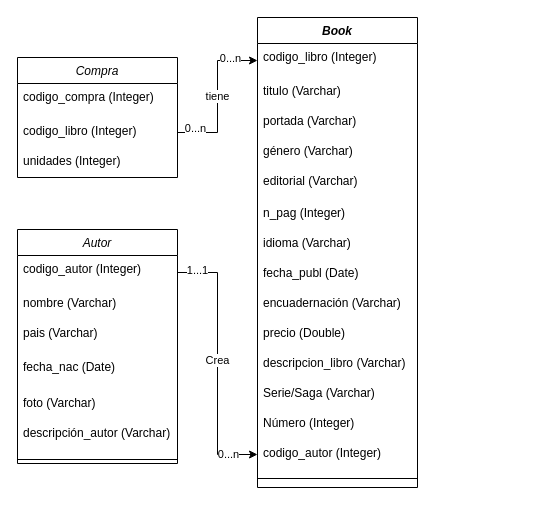
The draw.io diagram public/Diagrama entidad relación.drawio in MariD3v/Mari_BookStore, before the edit. Source tidied: cells renumbered, new cells numbered last; positions are measured from the earlier drawing's top-left corner, leaving out a move shared by most shapes. Both pictures are drawn from the tidied source at 100%, with x=0, y=0 at pixel (17, 17).
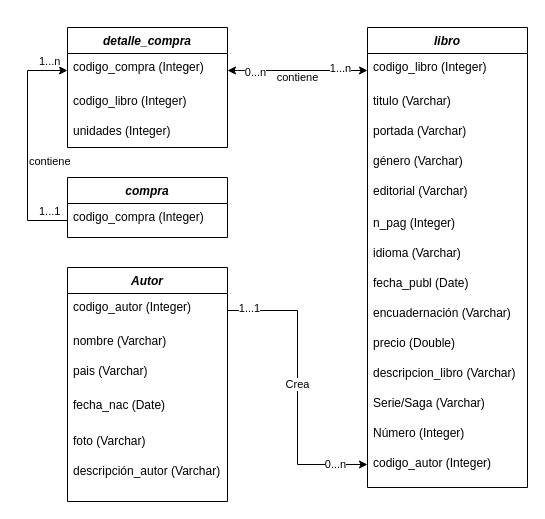
The same page after the edit.

Unchanged cells that the change refers to:
```xml
<mxCell id="11" value="codigo_libro (Integer)" style="text;align=left;verticalAlign=top;spacingLeft=4;spacingRight=4;overflow=hidden;points=[[0,0.5],[1,0.5]];portConstraint=eastwest;rounded=0;shadow=0;html=0;" parent="10" vertex="1">
  <mxGeometry y="26" width="160" height="34" as="geometry" />
</mxCell>
<mxCell id="31" value="codigo_compra (Integer)" style="text;align=left;verticalAlign=top;spacingLeft=4;spacingRight=4;overflow=hidden;points=[[0,0.5],[1,0.5]];portConstraint=eastwest;rounded=0;shadow=0;html=0;" parent="30" vertex="1">
  <mxGeometry y="26" width="160" height="34" as="geometry" />
</mxCell>
```

Change to the diagram source:
```diff
@@
-    <mxCell id="2" value="Autor" style="swimlane;fontStyle=2;align=center;verticalAlign=top;horizontal=1;startSize=26;rounded=0;shadow=0;strokeWidth=1;" parent="1" vertex="1">
-      <mxGeometry y="212" width="160" height="234" as="geometry" />
+    <mxCell id="2" value="Autor" style="swimlane;fontStyle=3;align=center;verticalAlign=top;horizontal=1;startSize=26;rounded=0;shadow=0;strokeWidth=1;" parent="1" vertex="1">
+      <mxGeometry x="50" y="250" width="160" height="234" as="geometry" />
     </mxCell>
@@
-    <mxCell id="9" style="line;html=1;strokeWidth=1;align=left;verticalAlign=middle;spacingTop=-1;spacingLeft=3;spacingRight=3;labelPosition=right;" parent="2" vertex="1">
-      <mxGeometry y="226" width="160" height="8" as="geometry" />
-    </mxCell>
-    <mxCell id="10" value="Book" style="swimlane;fontStyle=3;align=center;verticalAlign=top;horizontal=1;startSize=26;rounded=0;shadow=0;strokeWidth=1;" parent="1" vertex="1">
-      <mxGeometry x="240" width="160" height="470" as="geometry" />
+    <mxCell id="10" value="libro" style="swimlane;fontStyle=3;align=center;verticalAlign=top;horizontal=1;startSize=26;rounded=0;shadow=0;strokeWidth=1;" parent="1" vertex="1">
+      <mxGeometry x="350" y="10" width="160" height="460" as="geometry" />
     </mxCell>
@@
-    <mxCell id="25" style="line;html=1;strokeWidth=1;align=left;verticalAlign=middle;spacingTop=-1;spacingLeft=3;spacingRight=3;labelPosition=right;" parent="10" vertex="1">
-      <mxGeometry y="452" width="160" height="18" as="geometry" />
-    </mxCell>
@@
-    <mxCell id="30" value="Compra" style="swimlane;fontStyle=2;align=center;verticalAlign=top;horizontal=1;startSize=26;rounded=0;shadow=0;strokeWidth=1;" parent="1" vertex="1">
-      <mxGeometry y="40" width="160" height="120" as="geometry" />
+    <mxCell id="30" value="compra" style="swimlane;fontStyle=3;align=center;verticalAlign=top;horizontal=1;startSize=26;rounded=0;shadow=0;strokeWidth=1;" parent="1" vertex="1">
+      <mxGeometry x="50" y="160" width="160" height="60" as="geometry" />
     </mxCell>
@@
-    <mxCell id="32" value="codigo_libro (Integer)" style="text;align=left;verticalAlign=top;spacingLeft=4;spacingRight=4;overflow=hidden;points=[[0,0.5],[1,0.5]];portConstraint=eastwest;" parent="30" vertex="1">
-      <mxGeometry y="60" width="160" height="30" as="geometry" />
-    </mxCell>
-    <mxCell id="33" value="unidades (Integer)" style="text;align=left;verticalAlign=top;spacingLeft=4;spacingRight=4;overflow=hidden;" parent="30" vertex="1">
-      <mxGeometry y="90" width="160" height="30" as="geometry" />
-    </mxCell>
-    <mxCell id="34" value="tiene" style="edgeStyle=orthogonalEdgeStyle;rounded=0;jettySize=auto;html=1;entryX=0;entryY=0.5;entryDx=0;entryDy=0;" parent="1" edge="1" source="32" target="11">
-      <mxGeometry relative="1" as="geometry" />
+    <mxCell id="34" value="contiene" style="edgeStyle=orthogonalEdgeStyle;rounded=0;jettySize=auto;html=1;entryX=0;entryY=0.5;entryDx=0;entryDy=0;" parent="1" edge="1" target="11">
+      <mxGeometry x="-0.08" y="-7" relative="1" as="geometry">
+        <mxPoint x="220" y="53" as="sourcePoint" />
+        <Array as="points">
+          <mxPoint x="230" y="53" />
+        </Array>
+      </mxGeometry>
     </mxCell>
-    <mxCell id="35" value="0...n" style="edgeLabel;html=1;align=center;verticalAlign=middle;" parent="1" vertex="1">
-      <mxGeometry x="220" y="220" as="geometry">
+    <mxCell id="35" value="1...n" style="edgeLabel;html=1;align=center;verticalAlign=middle;" parent="1" vertex="1">
+      <mxGeometry x="330" y="230" as="geometry">
         <mxPoint x="-8" y="-180" as="offset" />
       </mxGeometry>
     </mxCell>
     <mxCell id="36" value="0...n" style="edgeLabel;html=1;align=center;verticalAlign=middle;" parent="1" vertex="1">
-      <mxGeometry x="220" y="446" as="geometry">
+      <mxGeometry x="280" y="390" as="geometry">
         <mxPoint x="-43" y="-336" as="offset" />
       </mxGeometry>
     </mxCell>
+    <mxCell id="37" value="detalle_compra" style="swimlane;fontStyle=3;align=center;verticalAlign=top;horizontal=1;startSize=26;rounded=0;shadow=0;strokeWidth=1;" parent="1" vertex="1">
+      <mxGeometry x="50" y="10" width="160" height="120" as="geometry" />
+    </mxCell>
+    <mxCell id="38" value="codigo_compra (Integer)" style="text;align=left;verticalAlign=top;spacingLeft=4;spacingRight=4;overflow=hidden;points=[[0,0.5],[1,0.5]];portConstraint=eastwest;rounded=0;shadow=0;html=0;" parent="37" vertex="1">
+      <mxGeometry y="26" width="160" height="34" as="geometry" />
+    </mxCell>
+    <mxCell id="32" value="codigo_libro (Integer)" style="text;align=left;verticalAlign=top;spacingLeft=4;spacingRight=4;overflow=hidden;points=[[0,0.5],[1,0.5]];portConstraint=eastwest;" parent="37" vertex="1">
+      <mxGeometry y="60" width="160" height="30" as="geometry" />
+    </mxCell>
+    <mxCell id="33" value="unidades (Integer)" style="text;align=left;verticalAlign=top;spacingLeft=4;spacingRight=4;overflow=hidden;" parent="37" vertex="1">
+      <mxGeometry y="90" width="160" height="30" as="geometry" />
+    </mxCell>
+    <mxCell id="39" value="&lt;div style=&quot;text-align: center;&quot;&gt;&lt;span style=&quot;font-size: 11px; text-wrap: nowrap; background-color: rgb(255, 255, 255);&quot;&gt;contiene&lt;/span&gt;&lt;/div&gt;" style="text;whiteSpace=wrap;html=1;" parent="1" vertex="1">
+      <mxGeometry x="10" y="130" width="30" height="40" as="geometry" />
+    </mxCell>
+    <mxCell id="40" value="&lt;span style=&quot;color: rgb(0, 0, 0); font-family: Helvetica; font-size: 11px; font-style: normal; font-variant-ligatures: normal; font-variant-caps: normal; font-weight: 400; letter-spacing: normal; orphans: 2; text-align: center; text-indent: 0px; text-transform: none; widows: 2; word-spacing: 0px; -webkit-text-stroke-width: 0px; white-space: nowrap; background-color: rgb(255, 255, 255); text-decoration-thickness: initial; text-decoration-style: initial; text-decoration-color: initial; display: inline !important; float: none;&quot;&gt;1...1&lt;/span&gt;" style="text;whiteSpace=wrap;html=1;" parent="1" vertex="1">
+      <mxGeometry x="20" y="180" width="30" height="40" as="geometry" />
+    </mxCell>
+    <mxCell id="41" style="endArrow=classic;html=1;rounded=0;entryX=1;entryY=0.5;entryDx=0;entryDy=0;" parent="1" edge="1" target="38">
+      <mxGeometry relative="1" as="geometry">
+        <mxPoint x="220" y="53" as="sourcePoint" />
+      </mxGeometry>
+    </mxCell>
+    <mxCell id="42" style="edgeStyle=orthogonalEdgeStyle;rounded=0;jettySize=auto;html=1;exitX=0;exitY=0.5;exitDx=0;exitDy=0;entryX=0;entryY=0.5;entryDx=0;entryDy=0;" parent="1" edge="1" source="31" target="38">
+      <mxGeometry relative="1" as="geometry">
+        <Array as="points">
+          <mxPoint x="10" y="203" />
+          <mxPoint x="10" y="53" />
+        </Array>
+      </mxGeometry>
+    </mxCell>
+    <mxCell id="43" value="&lt;span style=&quot;color: rgb(0, 0, 0); font-family: Helvetica; font-size: 11px; font-style: normal; font-variant-ligatures: normal; font-variant-caps: normal; font-weight: 400; letter-spacing: normal; orphans: 2; text-align: center; text-indent: 0px; text-transform: none; widows: 2; word-spacing: 0px; -webkit-text-stroke-width: 0px; white-space: nowrap; background-color: rgb(255, 255, 255); text-decoration-thickness: initial; text-decoration-style: initial; text-decoration-color: initial; display: inline !important; float: none;&quot;&gt;1...n&lt;/span&gt;" style="text;whiteSpace=wrap;html=1;" parent="1" vertex="1">
+      <mxGeometry x="20" y="30" width="30" height="40" as="geometry" />
+    </mxCell>
```
